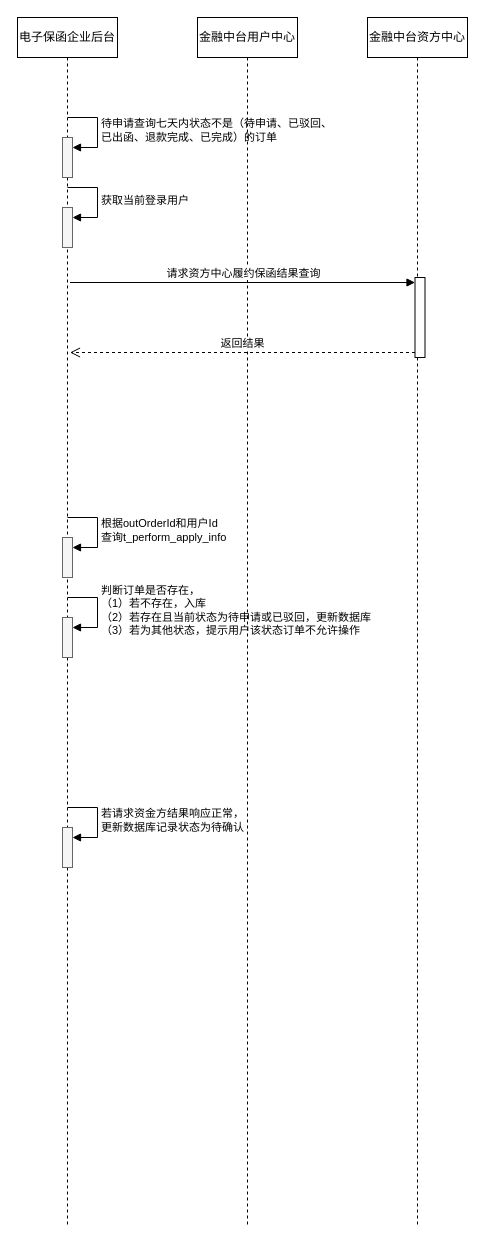
Before: page "定时任务" (3 of 7) of UML/履约保函.drawio in hezhuma/image-repo, a draw.io diagram. Source tidied: cells renumbered, new cells numbered last; positions are measured from the earlier drawing's top-left corner, leaving out a move shared by most shapes. Both pictures are drawn from the tidied source at 100%, with x=0, y=0 at pixel (17, 17).
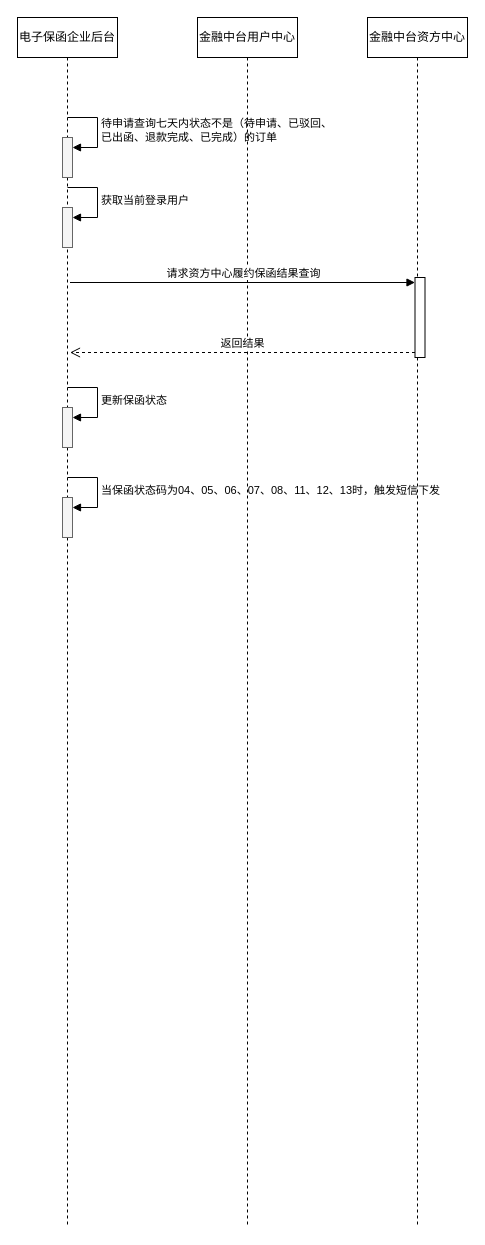
Above is the later version.

Commit message (it also covers changes not shown here):
更新履约保函.drawio

Unchanged cells that the change refers to:
```xml
<mxCell id="2" value="电子保函企业后台" style="shape=umlLifeline;perimeter=lifelinePerimeter;whiteSpace=wrap;html=1;newEdgeStyle={&quot;curved&quot;:0,&quot;rounded&quot;:0};" parent="1" vertex="1">
  <mxGeometry width="100" height="1210" as="geometry" />
</mxCell>
```

The edit, as a diff of the source:
```diff
@@
     <mxCell id="7" style="html=1;points=[[0,0,0,0,5],[0,1,0,0,-5],[1,0,0,0,5],[1,1,0,0,-5]];perimeter=orthogonalPerimeter;outlineConnect=0;targetShapes=umlLifeline;portConstraint=eastwest;newEdgeStyle={&quot;curved&quot;:0,&quot;rounded&quot;:0};fillColor=#f5f5f5;fontColor=#333333;strokeColor=#666666;" parent="2" vertex="1">
-      <mxGeometry x="45" y="520" width="10" height="40" as="geometry" />
+      <mxGeometry x="45" y="390" width="10" height="40" as="geometry" />
     </mxCell>
-    <mxCell id="8" value="根据outOrderId和用户Id&lt;br&gt;查询t_perform_apply_info" style="html=1;align=left;spacingLeft=2;endArrow=block;rounded=0;edgeStyle=orthogonalEdgeStyle;curved=0;rounded=0;" parent="2" edge="1" target="7">
+    <mxCell id="8" value="更新保函状态" style="html=1;align=left;spacingLeft=2;endArrow=block;rounded=0;edgeStyle=orthogonalEdgeStyle;curved=0;rounded=0;" parent="2" edge="1" target="7">
       <mxGeometry relative="1" as="geometry">
-        <mxPoint x="50" y="500" as="sourcePoint" />
+        <mxPoint x="50" y="370" as="sourcePoint" />
         <Array as="points">
-          <mxPoint x="80" y="530" />
+          <mxPoint x="80" y="400" />
         </Array>
       </mxGeometry>
     </mxCell>
     <mxCell id="9" style="html=1;points=[[0,0,0,0,5],[0,1,0,0,-5],[1,0,0,0,5],[1,1,0,0,-5]];perimeter=orthogonalPerimeter;outlineConnect=0;targetShapes=umlLifeline;portConstraint=eastwest;newEdgeStyle={&quot;curved&quot;:0,&quot;rounded&quot;:0};fillColor=#f5f5f5;fontColor=#333333;strokeColor=#666666;" parent="2" vertex="1">
-      <mxGeometry x="45" y="600" width="10" height="40" as="geometry" />
+      <mxGeometry x="45" y="480" width="10" height="40" as="geometry" />
     </mxCell>
-    <mxCell id="10" value="判断订单是否存在，&lt;br style=&quot;border-color: var(--border-color);&quot;&gt;（1）若不存在，入库&lt;br style=&quot;border-color: var(--border-color);&quot;&gt;（2）若存在且当前状态为待申请或已驳回，更新数据库&lt;br style=&quot;border-color: var(--border-color);&quot;&gt;（3）若为其他状态，提示用户该状态订单不允许操作" style="html=1;align=left;spacingLeft=2;endArrow=block;rounded=0;edgeStyle=orthogonalEdgeStyle;curved=0;rounded=0;" parent="2" edge="1" target="9">
-      <mxGeometry relative="1" as="geometry">
-        <mxPoint x="50" y="580" as="sourcePoint" />
+    <mxCell id="10" value="当保函状态码为04、05、06、07、08、11、12、13时，触发短信下发" style="html=1;align=left;spacingLeft=2;endArrow=block;rounded=0;edgeStyle=orthogonalEdgeStyle;curved=0;rounded=0;" parent="2" edge="1" target="9">
+      <mxGeometry x="0.01" relative="1" as="geometry">
+        <mxPoint x="50" y="460" as="sourcePoint" />
         <Array as="points">
-          <mxPoint x="80" y="610" />
+          <mxPoint x="80" y="490" />
         </Array>
       </mxGeometry>
     </mxCell>
-    <mxCell id="11" style="html=1;points=[[0,0,0,0,5],[0,1,0,0,-5],[1,0,0,0,5],[1,1,0,0,-5]];perimeter=orthogonalPerimeter;outlineConnect=0;targetShapes=umlLifeline;portConstraint=eastwest;newEdgeStyle={&quot;curved&quot;:0,&quot;rounded&quot;:0};fillColor=#f5f5f5;fontColor=#333333;strokeColor=#666666;" parent="2" vertex="1">
-      <mxGeometry x="45" y="810" width="10" height="40" as="geometry" />
-    </mxCell>
-    <mxCell id="12" value="若请求资金方结果响应正常，&lt;br&gt;更新数据库记录状态为待确认" style="html=1;align=left;spacingLeft=2;endArrow=block;rounded=0;edgeStyle=orthogonalEdgeStyle;curved=0;rounded=0;" parent="2" edge="1" target="11">
-      <mxGeometry relative="1" as="geometry">
-        <mxPoint x="50" y="790" as="sourcePoint" />
-        <Array as="points">
-          <mxPoint x="80" y="820" />
-        </Array>
-      </mxGeometry>
-    </mxCell>
```
